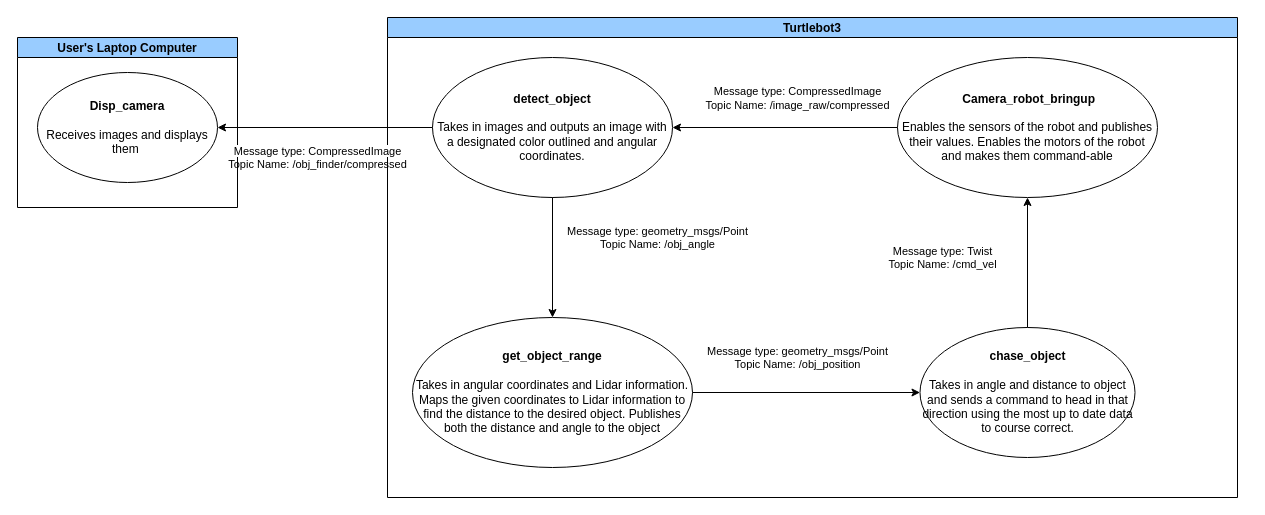
Earlier version of the draw.io diagram Lab3/Lab3_diagram.drawio (hcarius3/ME7785_RoboticsResearch). Source tidied: cells renumbered, new cells numbered last; positions are measured from the earlier drawing's top-left corner, leaving out a move shared by most shapes. Both pictures are drawn from the tidied source at 100%, with x=0, y=0 at pixel (17, 17).
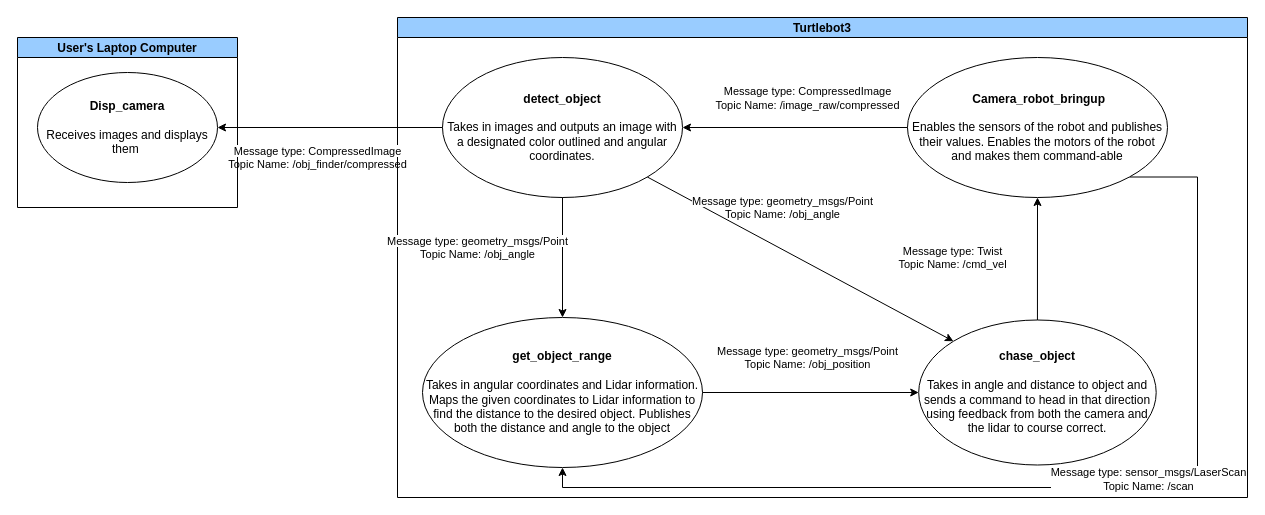
The same diagram, later.

Unchanged cells that the change refers to:
```xml
<mxCell id="5" value="&lt;b&gt;&amp;nbsp;Camera_robot_bringup&lt;/b&gt;&lt;div&gt;&lt;b&gt;&lt;br&gt;&lt;/b&gt;&lt;/div&gt;&lt;div&gt;Enables the sensors of the robot and publishes their values. Enables the motors of the robot and makes them command-able&lt;/div&gt;" style="ellipse;whiteSpace=wrap;html=1;" parent="4" vertex="1">
  <mxGeometry x="510" y="40" width="260" height="140" as="geometry" />
</mxCell>
<mxCell id="6" value="&lt;b&gt;get_object_range&lt;/b&gt;&lt;div&gt;&lt;b&gt;&lt;br&gt;&lt;/b&gt;&lt;/div&gt;&lt;div&gt;Takes in angular coordinates and Lidar information. Maps the given coordinates to Lidar information to find the distance to the desired object. Publishes both the distance and angle to the object&lt;/div&gt;" style="ellipse;whiteSpace=wrap;html=1;" parent="4" vertex="1">
  <mxGeometry x="25" y="300" width="280" height="150" as="geometry" />
</mxCell>
<mxCell id="8" value="&lt;b&gt;detect_object&lt;/b&gt;&lt;div&gt;&lt;b&gt;&lt;br&gt;&lt;/b&gt;&lt;/div&gt;&lt;div&gt;Takes in images and outputs an image with a designated color outlined and angular coordinates.&lt;/div&gt;" style="ellipse;whiteSpace=wrap;html=1;" parent="4" vertex="1">
  <mxGeometry x="45" y="40" width="240" height="140" as="geometry" />
</mxCell>
```

The edit, as a diff of the source:
```diff
@@
     <mxCell id="4" value="Turtlebot3" style="swimlane;startSize=20;horizontal=1;containerType=tree;newEdgeStyle={&quot;edgeStyle&quot;:&quot;elbowEdgeStyle&quot;,&quot;startArrow&quot;:&quot;none&quot;,&quot;endArrow&quot;:&quot;none&quot;};fillColor=#99CCFF;" parent="1" vertex="1">
-      <mxGeometry x="370" width="850" height="480" as="geometry" />
+      <mxGeometry x="380" width="850" height="480" as="geometry" />
     </mxCell>
+    <mxCell id="19" style="edgeStyle=orthogonalEdgeStyle;rounded=0;jettySize=auto;html=1;exitX=1;exitY=1;exitDx=0;exitDy=0;entryX=0.5;entryY=1;entryDx=0;entryDy=0;" parent="4" edge="1" source="5" target="6">
+      <mxGeometry relative="1" as="geometry">
+        <Array as="points">
+          <mxPoint x="800" y="160" />
+          <mxPoint x="800" y="470" />
+          <mxPoint x="165" y="470" />
+        </Array>
+      </mxGeometry>
+    </mxCell>
+    <mxCell id="20" value="Message type: sensor_msgs/LaserScan&lt;br&gt;Topic Name: /scan" style="edgeLabel;html=1;align=center;verticalAlign=middle;" parent="19" vertex="1">
+      <mxGeometry x="-0.59" y="3" relative="1" as="geometry">
+        <mxPoint x="-53" y="158" as="offset" />
+      </mxGeometry>
+    </mxCell>
@@
-    <mxCell id="7" value="&lt;b&gt;chase_object&lt;/b&gt;&lt;div&gt;&lt;b&gt;&lt;br&gt;&lt;/b&gt;&lt;/div&gt;&lt;div&gt;Takes in angle and distance to object and sends a command to head in that direction using the most up to date data to course correct.&lt;/div&gt;" style="ellipse;whiteSpace=wrap;html=1;" parent="4" vertex="1">
-      <mxGeometry x="532.5" y="310" width="215" height="130" as="geometry" />
+    <mxCell id="7" value="&lt;b&gt;chase_object&lt;/b&gt;&lt;div&gt;&lt;b&gt;&lt;br&gt;&lt;/b&gt;&lt;/div&gt;&lt;div&gt;Takes in angle and distance to object and sends a command to head in that direction using feedback from both the camera and the lidar to course correct.&lt;/div&gt;" style="ellipse;whiteSpace=wrap;html=1;" parent="4" vertex="1">
+      <mxGeometry x="521.2" y="302.5" width="237.5" height="145" as="geometry" />
     </mxCell>
@@
     <mxCell id="14" value="&lt;span style=&quot;font-size: 11px; background-color: rgb(255, 255, 255);&quot;&gt;Message type: geometry_msgs/Point&lt;/span&gt;&lt;div style=&quot;--tw-scale-x: 1; --tw-scale-y: 1; --tw-pan-x: ; --tw-pan-y: ; --tw-pinch-zoom: ; --tw-scroll-snap-strictness: proximity; --tw-gradient-from-position: ; --tw-gradient-via-position: ; --tw-gradient-to-position: ; --tw-ordinal: ; --tw-slashed-zero: ; --tw-numeric-figure: ; --tw-numeric-spacing: ; --tw-numeric-fraction: ; --tw-ring-inset: ; --tw-ring-offset-width: 0px; --tw-ring-offset-color: #fff; --tw-ring-color: rgb(59 130 246 / .5); --tw-ring-offset-shadow: 0 0 #0000; --tw-ring-shadow: 0 0 #0000; --tw-shadow: 0 0 #0000; --tw-shadow-colored: 0 0 #0000; --tw-blur: ; --tw-brightness: ; --tw-contrast: ; --tw-grayscale: ; --tw-hue-rotate: ; --tw-invert: ; --tw-saturate: ; --tw-sepia: ; --tw-drop-shadow: ; --tw-backdrop-blur: ; --tw-backdrop-brightness: ; --tw-backdrop-contrast: ; --tw-backdrop-grayscale: ; --tw-backdrop-hue-rotate: ; --tw-backdrop-invert: ; --tw-backdrop-opacity: ; --tw-backdrop-saturate: ; --tw-backdrop-sepia: ; font-size: 11px;&quot;&gt;Topic Name: /obj_angle&lt;/div&gt;" style="text;html=1;align=center;verticalAlign=middle;strokeColor=none;fillColor=none;" parent="4" vertex="1">
-      <mxGeometry x="170" y="200" width="200" height="40" as="geometry" />
+      <mxGeometry x="-20" y="210" width="200" height="40" as="geometry" />
     </mxCell>
@@
+    <mxCell id="21" style="endArrow=classic;html=1;rounded=0;exitX=1;exitY=1;exitDx=0;exitDy=0;entryX=0;entryY=0;entryDx=0;entryDy=0;" parent="4" edge="1" source="8" target="7">
+      <mxGeometry relative="1" as="geometry" />
+    </mxCell>
+    <mxCell id="22" value="&lt;span style=&quot;font-size: 11px; background-color: rgb(255, 255, 255);&quot;&gt;Message type: geometry_msgs/Point&lt;/span&gt;&lt;div style=&quot;--tw-scale-x: 1; --tw-scale-y: 1; --tw-pan-x: ; --tw-pan-y: ; --tw-pinch-zoom: ; --tw-scroll-snap-strictness: proximity; --tw-gradient-from-position: ; --tw-gradient-via-position: ; --tw-gradient-to-position: ; --tw-ordinal: ; --tw-slashed-zero: ; --tw-numeric-figure: ; --tw-numeric-spacing: ; --tw-numeric-fraction: ; --tw-ring-inset: ; --tw-ring-offset-width: 0px; --tw-ring-offset-color: #fff; --tw-ring-color: rgb(59 130 246 / .5); --tw-ring-offset-shadow: 0 0 #0000; --tw-ring-shadow: 0 0 #0000; --tw-shadow: 0 0 #0000; --tw-shadow-colored: 0 0 #0000; --tw-blur: ; --tw-brightness: ; --tw-contrast: ; --tw-grayscale: ; --tw-hue-rotate: ; --tw-invert: ; --tw-saturate: ; --tw-sepia: ; --tw-drop-shadow: ; --tw-backdrop-blur: ; --tw-backdrop-brightness: ; --tw-backdrop-contrast: ; --tw-backdrop-grayscale: ; --tw-backdrop-hue-rotate: ; --tw-backdrop-invert: ; --tw-backdrop-opacity: ; --tw-backdrop-saturate: ; --tw-backdrop-sepia: ; font-size: 11px;&quot;&gt;Topic Name: /obj_angle&lt;/div&gt;" style="text;html=1;align=center;verticalAlign=middle;strokeColor=none;fillColor=none;" parent="4" vertex="1">
+      <mxGeometry x="285" y="170" width="200" height="40" as="geometry" />
+    </mxCell>
```
